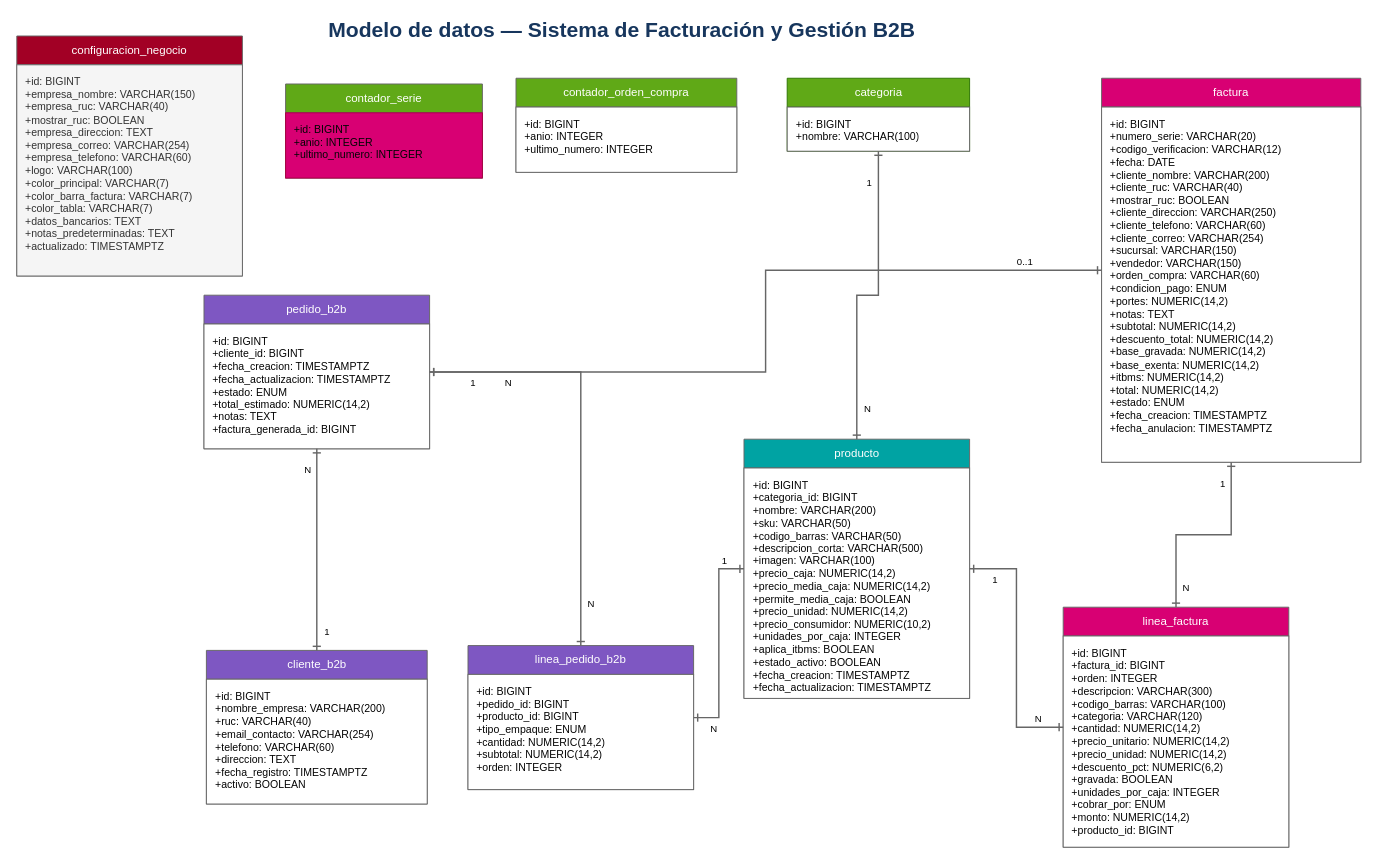
Above: docs/tecnica/esquema_facturacion_estilo_final.drawio in slade1930/Sistema-facturacion (draw.io), before the change. Source tidied: cells renumbered, new cells numbered last; positions are measured from the earlier drawing's top-left corner, leaving out a move shared by most shapes. Both pictures are drawn from the tidied source at 96%, with x=0, y=0 at pixel (16, 16).
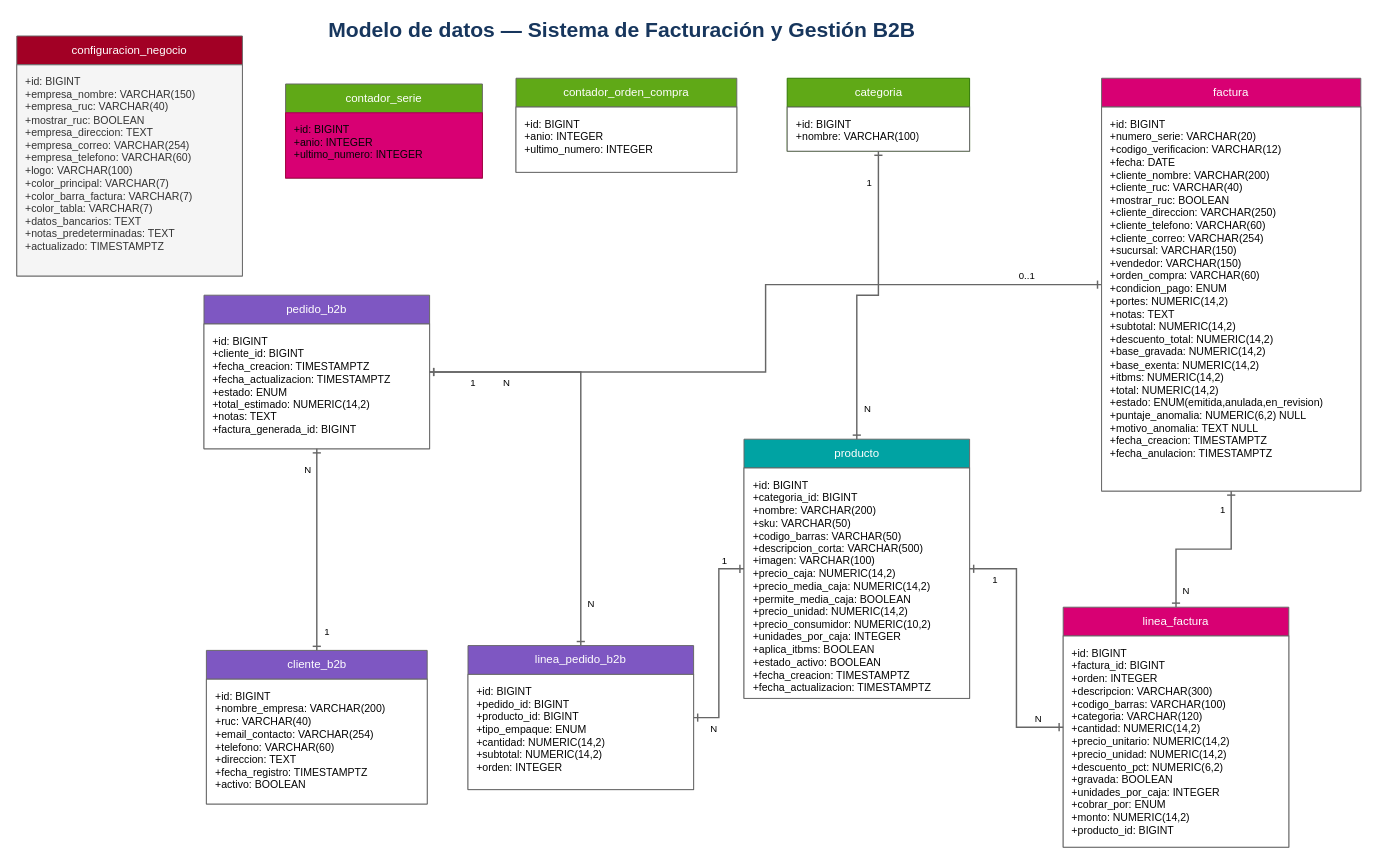
After the change.

Commit message:
docs: actualiza esquema con columnas de anomalias

What changed in the source:
```diff
@@
     <mxCell id="9" value="factura" style="swimlane;fontStyle=0;horizontal=1;startSize=30;fillColor=#d80073;fontColor=#ffffff;strokeColor=#666666;whiteSpace=wrap;html=1;" parent="1" vertex="1">
-      <mxGeometry x="1130" y="64" width="270" height="400" as="geometry" />
+      <mxGeometry x="1130" y="64" width="270" height="430" as="geometry" />
     </mxCell>
-    <mxCell id="10" value="&lt;span&gt;&lt;font style=&quot;color: rgb(4, 4, 4);&quot;&gt;+id: BIGINT&lt;br&gt;+numero_serie: VARCHAR(20)&lt;br&gt;+codigo_verificacion: VARCHAR(12)&lt;br&gt;+fecha: DATE&lt;br&gt;+cliente_nombre: VARCHAR(200)&lt;br&gt;+cliente_ruc: VARCHAR(40)&lt;br&gt;+mostrar_ruc: BOOLEAN&lt;br&gt;+cliente_direccion: VARCHAR(250)&lt;br&gt;+cliente_telefono: VARCHAR(60)&lt;br&gt;+cliente_correo: VARCHAR(254)&lt;br&gt;+sucursal: VARCHAR(150)&lt;br&gt;+vendedor: VARCHAR(150)&lt;br&gt;+orden_compra: VARCHAR(60)&lt;br&gt;+condicion_pago: ENUM&lt;br&gt;+portes: NUMERIC(14,2)&lt;br&gt;+notas: TEXT&lt;br&gt;+subtotal: NUMERIC(14,2)&lt;br&gt;+descuento_total: NUMERIC(14,2)&lt;br&gt;+base_gravada: NUMERIC(14,2)&lt;br&gt;+base_exenta: NUMERIC(14,2)&lt;br&gt;+itbms: NUMERIC(14,2)&lt;br&gt;+total: NUMERIC(14,2)&lt;br&gt;+estado: ENUM&lt;br&gt;+fecha_creacion: TIMESTAMPTZ&lt;br&gt;+fecha_anulacion: TIMESTAMPTZ&lt;/font&gt;&lt;/span&gt;" style="text;strokeColor=#666666;fillColor=#ffffff;align=left;verticalAlign=top;spacingLeft=7;spacingRight=4;spacingTop=5;overflow=hidden;whiteSpace=wrap;html=1;fontSize=11;" parent="9" vertex="1">
-      <mxGeometry y="30" width="270" height="370" as="geometry" />
+    <mxCell id="10" value="&lt;span&gt;&lt;font style=&quot;color: rgb(4, 4, 4);&quot;&gt;+id: BIGINT&lt;br&gt;+numero_serie: VARCHAR(20)&lt;br&gt;+codigo_verificacion: VARCHAR(12)&lt;br&gt;+fecha: DATE&lt;br&gt;+cliente_nombre: VARCHAR(200)&lt;br&gt;+cliente_ruc: VARCHAR(40)&lt;br&gt;+mostrar_ruc: BOOLEAN&lt;br&gt;+cliente_direccion: VARCHAR(250)&lt;br&gt;+cliente_telefono: VARCHAR(60)&lt;br&gt;+cliente_correo: VARCHAR(254)&lt;br&gt;+sucursal: VARCHAR(150)&lt;br&gt;+vendedor: VARCHAR(150)&lt;br&gt;+orden_compra: VARCHAR(60)&lt;br&gt;+condicion_pago: ENUM&lt;br&gt;+portes: NUMERIC(14,2)&lt;br&gt;+notas: TEXT&lt;br&gt;+subtotal: NUMERIC(14,2)&lt;br&gt;+descuento_total: NUMERIC(14,2)&lt;br&gt;+base_gravada: NUMERIC(14,2)&lt;br&gt;+base_exenta: NUMERIC(14,2)&lt;br&gt;+itbms: NUMERIC(14,2)&lt;br&gt;+total: NUMERIC(14,2)&lt;br&gt;+estado: ENUM(emitida,anulada,en_revision)&lt;br&gt;+puntaje_anomalia: NUMERIC(6,2) NULL&lt;br&gt;+motivo_anomalia: TEXT NULL&lt;br&gt;+fecha_creacion: TIMESTAMPTZ&lt;br&gt;+fecha_anulacion: TIMESTAMPTZ&lt;/font&gt;&lt;/span&gt;" style="text;strokeColor=#666666;fillColor=#ffffff;align=left;verticalAlign=top;spacingLeft=7;spacingRight=4;spacingTop=5;overflow=hidden;whiteSpace=wrap;html=1;fontSize=11;" parent="9" vertex="1">
+      <mxGeometry y="30" width="270" height="400" as="geometry" />
     </mxCell>
```
